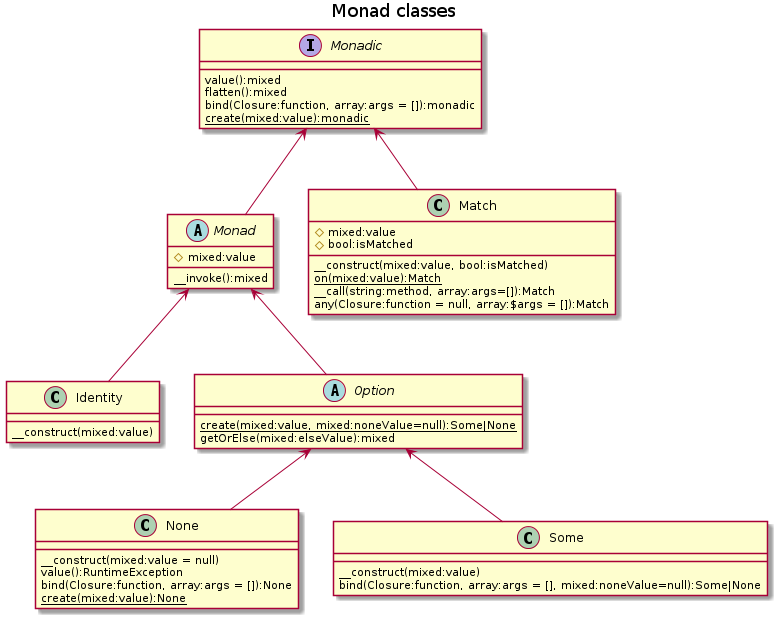
Before: docs/monad-classes.png, a diagram exported from PlantUML (chippyash/Monad).
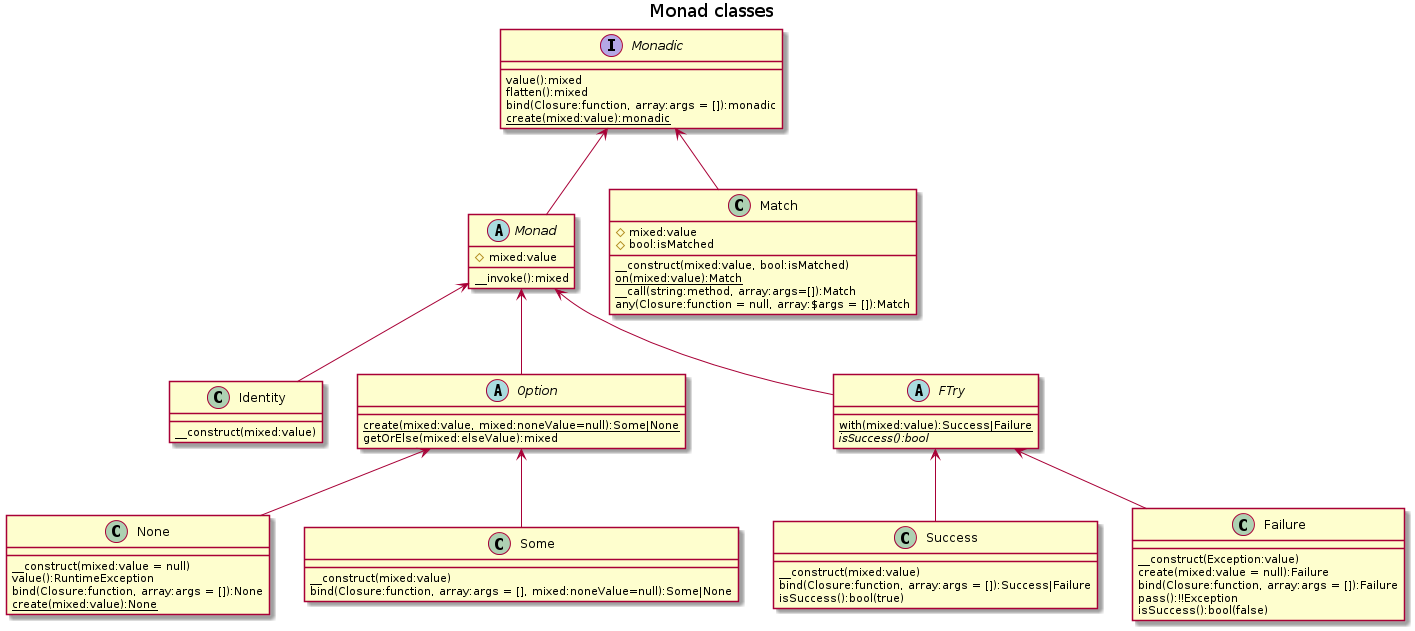
The same diagram one commit later.

What changed in the source:
```diff
@@ -43,10 +43,32 @@
     any(Closure:function = null, array:$args = []):Match
 }
 
+abstract class FTry {
+    {static} with(mixed:value):Success|Failure
+    {abstract} isSuccess():bool
+}
+
+class Success {
+    __construct(mixed:value)
+    bind(Closure:function, array:args = []):Success|Failure
+    isSuccess():bool(true)
+}
+
+class Failure {
+    __construct(Exception:value)
+     create(mixed:value = null):Failure
+    bind(Closure:function, array:args = []):Failure
+    pass():!!Exception
+    isSuccess():bool(false)
+}
+
 Monadic <-- Monad
+Monadic <-- Match
 Monad <-- Identity
 Monad <-- Option
 Option <-- None
 Option <-- Some
-Monadic <-- Match
+Monad <-- FTry
+FTry <-- Success
+FTry <-- Failure
 @enduml
```
